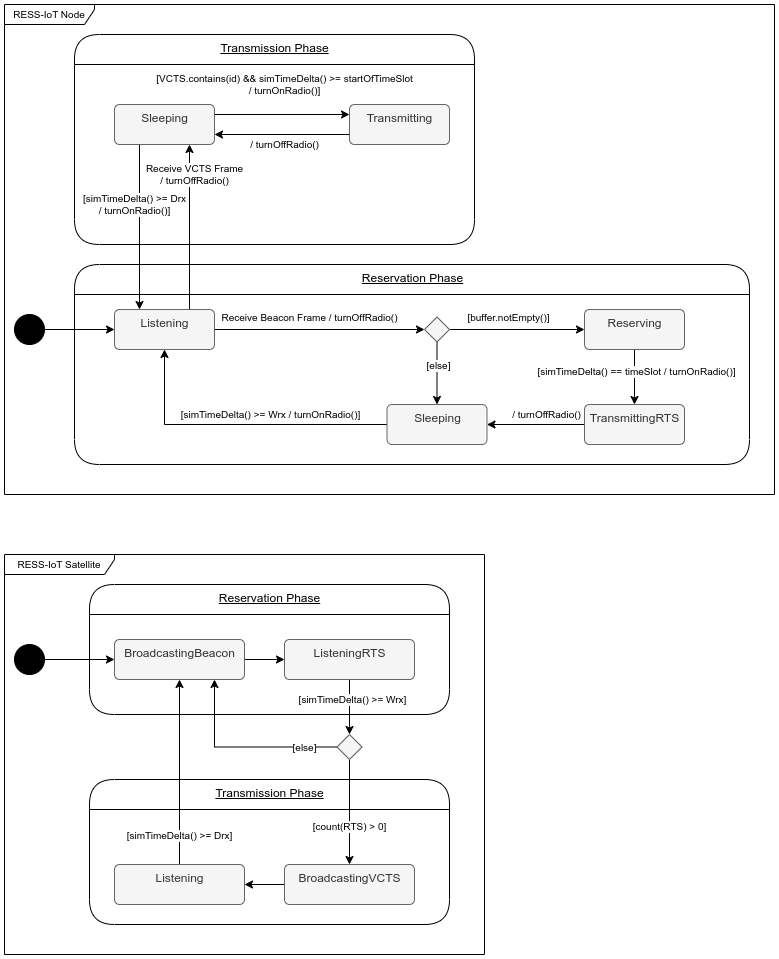
This is ress-iot-vs-dqrap-paper/diagrams/RESS-IoT.drawio.png from jason-gerard/DRAAF-pipeline, a draw.io export, as it was before one commit. Source tidied: cells renumbered, new cells last; positions are measured from the earlier drawing's top-left corner, leaving out a move shared by most shapes.
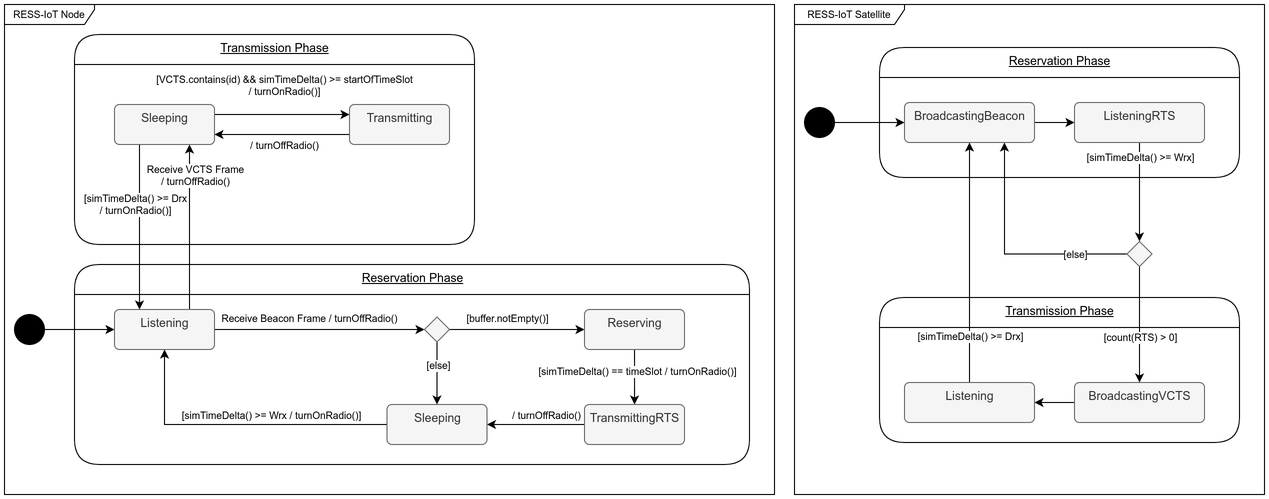
The same diagram one commit later.

Change to the diagram source:
```diff
@@ -2,9 +2,6 @@
   <root>
     <mxCell id="0" />
     <mxCell id="1" parent="0" />
-    <mxCell id="2" value="Transmission Phase" style="swimlane;fontStyle=4;align=center;verticalAlign=top;horizontal=1;startSize=30;html=1;rounded=1;absoluteArcSize=1;arcSize=50;" parent="1" vertex="1">
-      <mxGeometry x="85" y="775" width="360" height="145" as="geometry" />
-    </mxCell>
     <mxCell id="3" value="RESS-IoT Node" style="shape=umlFrame;whiteSpace=wrap;html=1;fontSize=10;width=90;height=20;" parent="1" vertex="1">
       <mxGeometry width="770" height="490" as="geometry" />
     </mxCell>
@@ -122,61 +119,66 @@
     <mxCell id="34" value="Transmitting" style="html=1;align=center;verticalAlign=top;rounded=1;absoluteArcSize=1;arcSize=10;dashed=0;fillColor=#f5f5f5;fontColor=#333333;strokeColor=#666666;" parent="1" vertex="1">
       <mxGeometry x="345" y="100" width="100" height="40" as="geometry" />
     </mxCell>
+    <mxCell id="2" value="Transmission Phase" style="swimlane;fontStyle=4;align=center;verticalAlign=top;horizontal=1;startSize=30;html=1;rounded=1;absoluteArcSize=1;arcSize=50;" parent="1" vertex="1">
+      <mxGeometry x="875" y="293" width="360" height="145" as="geometry" />
+    </mxCell>
     <mxCell id="35" value="Reservation Phase" style="swimlane;fontStyle=4;align=center;verticalAlign=top;horizontal=1;startSize=30;html=1;rounded=1;absoluteArcSize=1;arcSize=50;" parent="1" vertex="1">
-      <mxGeometry x="85" y="580" width="360" height="130" as="geometry" />
+      <mxGeometry x="875" y="43" width="360" height="130" as="geometry" />
     </mxCell>
-    <mxCell id="36" style="edgeStyle=orthogonalEdgeStyle;rounded=0;jettySize=auto;html=1;" parent="1" edge="1" source="37" target="39">
-      <mxGeometry relative="1" as="geometry" />
-    </mxCell>
-    <mxCell id="37" style="ellipse;fillColor=strokeColor;" parent="1" vertex="1">
-      <mxGeometry x="10" y="640" width="30" height="30" as="geometry" />
-    </mxCell>
+    <mxCell id="54" style="edgeStyle=orthogonalEdgeStyle;rounded=0;jettySize=auto;html=1;" parent="1" edge="1" source="55" target="39">
+      <mxGeometry relative="1" as="geometry" />
+    </mxCell>
+    <mxCell id="55" style="ellipse;fillColor=strokeColor;" parent="1" vertex="1">
+      <mxGeometry x="800" y="103" width="30" height="30" as="geometry" />
+    </mxCell>
     <mxCell id="38" style="edgeStyle=orthogonalEdgeStyle;rounded=0;jettySize=auto;html=1;fontSize=10;" parent="1" edge="1" source="39" target="43">
       <mxGeometry relative="1" as="geometry" />
     </mxCell>
     <mxCell id="39" value="BroadcastingBeacon" style="html=1;align=center;verticalAlign=top;rounded=1;absoluteArcSize=1;arcSize=10;dashed=0;fillColor=#f5f5f5;fontColor=#333333;strokeColor=#666666;" parent="1" vertex="1">
-      <mxGeometry x="110" y="635" width="130" height="40" as="geometry" />
+      <mxGeometry x="900" y="98" width="130" height="40" as="geometry" />
     </mxCell>
     <mxCell id="40" value="RESS-IoT Satellite" style="shape=umlFrame;whiteSpace=wrap;html=1;fontSize=10;width=110;height=20;" parent="1" vertex="1">
-      <mxGeometry y="550" width="480" height="400" as="geometry" />
+      <mxGeometry x="790" width="470" height="490" as="geometry" />
     </mxCell>
-    <mxCell id="41" style="edgeStyle=orthogonalEdgeStyle;rounded=0;jettySize=auto;html=1;fontSize=10;" parent="1" edge="1" source="43" target="48">
-      <mxGeometry relative="1" as="geometry" />
-    </mxCell>
+    <mxCell id="56" style="edgeStyle=orthogonalEdgeStyle;rounded=0;jettySize=auto;html=1;fontSize=10;" parent="1" edge="1" source="43" target="59">
+      <mxGeometry relative="1" as="geometry" />
+    </mxCell>
-    <mxCell id="42" value="[simTimeDelta() &amp;gt;= Wrx]" style="edgeLabel;html=1;align=center;verticalAlign=middle;fontSize=10;" parent="41" vertex="1">
-      <mxGeometry x="-0.26" y="3" relative="1" as="geometry" />
+    <mxCell id="42" value="[simTimeDelta() &amp;gt;= Wrx]" style="edgeLabel;html=1;align=center;verticalAlign=middle;fontSize=10;" parent="56" vertex="1">
+      <mxGeometry x="-0.26" y="3" relative="1" as="geometry">
+        <mxPoint x="-3" y="-22" as="offset" />
+      </mxGeometry>
     </mxCell>
     <mxCell id="43" value="ListeningRTS" style="html=1;align=center;verticalAlign=top;rounded=1;absoluteArcSize=1;arcSize=10;dashed=0;fillColor=#f5f5f5;fontColor=#333333;strokeColor=#666666;" parent="1" vertex="1">
-      <mxGeometry x="280" y="635" width="130" height="40" as="geometry" />
+      <mxGeometry x="1070" y="98" width="130" height="40" as="geometry" />
     </mxCell>
-    <mxCell id="44" style="edgeStyle=orthogonalEdgeStyle;rounded=0;jettySize=auto;html=1;fontSize=10;" parent="1" edge="1" source="48" target="39">
-      <mxGeometry relative="1" as="geometry">
-        <Array as="points">
-          <mxPoint x="210" y="743" />
-        </Array>
-      </mxGeometry>
-    </mxCell>
+    <mxCell id="57" style="edgeStyle=orthogonalEdgeStyle;rounded=0;jettySize=auto;html=1;fontSize=10;exitX=0;exitY=0.5;exitDx=0;exitDy=0;" parent="1" edge="1" source="59" target="39">
+      <mxGeometry relative="1" as="geometry">
+        <Array as="points">
+          <mxPoint x="1000" y="250" />
+        </Array>
+      </mxGeometry>
+    </mxCell>
-    <mxCell id="45" value="[else]" style="edgeLabel;html=1;align=center;verticalAlign=middle;fontSize=10;" parent="44" vertex="1">
+    <mxCell id="45" value="[else]" style="edgeLabel;html=1;align=center;verticalAlign=middle;fontSize=10;" parent="57" vertex="1">
       <mxGeometry x="-0.11" relative="1" as="geometry">
         <mxPoint x="52" as="offset" />
       </mxGeometry>
     </mxCell>
-    <mxCell id="46" style="edgeStyle=orthogonalEdgeStyle;rounded=0;jettySize=auto;html=1;fontSize=10;" parent="1" edge="1" source="48" target="50">
-      <mxGeometry relative="1" as="geometry" />
-    </mxCell>
+    <mxCell id="58" style="edgeStyle=orthogonalEdgeStyle;rounded=0;jettySize=auto;html=1;fontSize=10;exitX=0.5;exitY=1;exitDx=0;exitDy=0;" parent="1" edge="1" source="59" target="50">
+      <mxGeometry relative="1" as="geometry" />
+    </mxCell>
-    <mxCell id="47" value="[count(RTS) &amp;gt; 0]" style="edgeLabel;html=1;align=center;verticalAlign=middle;fontSize=10;" parent="46" vertex="1">
+    <mxCell id="47" value="[count(RTS) &amp;gt; 0]" style="edgeLabel;html=1;align=center;verticalAlign=middle;fontSize=10;" parent="58" vertex="1">
       <mxGeometry x="-0.29" y="1" relative="1" as="geometry">
         <mxPoint x="-1" y="29" as="offset" />
       </mxGeometry>
     </mxCell>
-    <mxCell id="48" style="rhombus;whiteSpace=wrap;html=1;fillColor=#f5f5f5;fontColor=#333333;strokeColor=#666666;" parent="1" vertex="1">
-      <mxGeometry x="332.5" y="730" width="25" height="25" as="geometry" />
-    </mxCell>
+    <mxCell id="59" style="rhombus;whiteSpace=wrap;html=1;fillColor=#f5f5f5;fontColor=#333333;strokeColor=#666666;" parent="1" vertex="1">
+      <mxGeometry x="1122.5" y="237" width="25" height="25" as="geometry" />
+    </mxCell>
     <mxCell id="49" style="edgeStyle=orthogonalEdgeStyle;rounded=0;jettySize=auto;html=1;fontSize=10;" parent="1" edge="1" source="50" target="53">
       <mxGeometry relative="1" as="geometry" />
     </mxCell>
     <mxCell id="50" value="BroadcastingVCTS" style="html=1;align=center;verticalAlign=top;rounded=1;absoluteArcSize=1;arcSize=10;dashed=0;fillColor=#f5f5f5;fontColor=#333333;strokeColor=#666666;" parent="1" vertex="1">
-      <mxGeometry x="280" y="860" width="130" height="40" as="geometry" />
+      <mxGeometry x="1070" y="378" width="130" height="40" as="geometry" />
     </mxCell>
     <mxCell id="51" style="edgeStyle=orthogonalEdgeStyle;rounded=0;jettySize=auto;html=1;fontSize=10;" parent="1" edge="1" source="53" target="39">
       <mxGeometry relative="1" as="geometry" />
@@ -187,7 +189,7 @@
       </mxGeometry>
     </mxCell>
     <mxCell id="53" value="Listening" style="html=1;align=center;verticalAlign=top;rounded=1;absoluteArcSize=1;arcSize=10;dashed=0;fillColor=#f5f5f5;fontColor=#333333;strokeColor=#666666;" parent="1" vertex="1">
-      <mxGeometry x="110" y="860" width="130" height="40" as="geometry" />
+      <mxGeometry x="900" y="378" width="130" height="40" as="geometry" />
     </mxCell>
   </root>
 </mxGraphModel>
```
